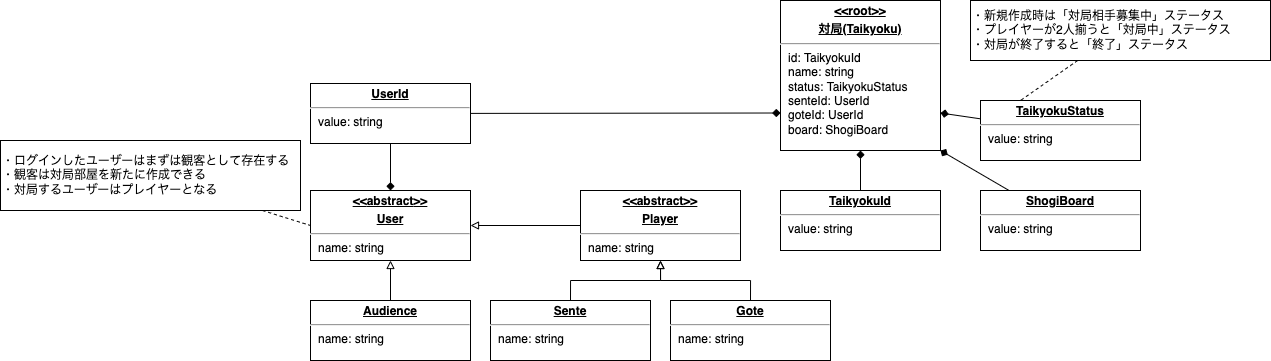
Earlier version of the draw.io export doc/ドメインモデル図.drawio.png (naohiro-kumagai/shogi). Source tidied: cells renumbered, new cells last; positions are measured from the earlier drawing's top-left corner, leaving out a move shared by most shapes.
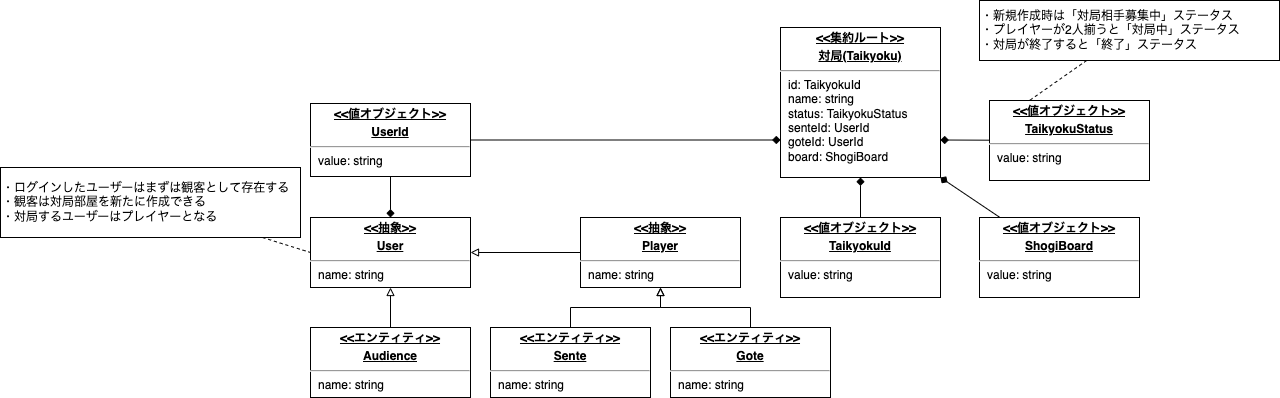
Later version of the same file.

Commit message:
ドメインモデル図追記

Change to the diagram source:
```diff
@@ -2,64 +2,64 @@
   <root>
     <mxCell id="0" />
     <mxCell id="1" parent="0" />
-    <mxCell id="2" value="&lt;p style=&quot;margin:0px;margin-top:4px;text-align:center;text-decoration:underline;&quot;&gt;&lt;b&gt;&amp;lt;&amp;lt;root&amp;gt;&amp;gt;&lt;/b&gt;&lt;/p&gt;&lt;p style=&quot;margin:0px;margin-top:4px;text-align:center;text-decoration:underline;&quot;&gt;&lt;b&gt;対局(Taikyoku)&lt;/b&gt;&lt;/p&gt;&lt;hr&gt;&lt;p style=&quot;margin:0px;margin-left:8px;&quot;&gt;id: TaikyokuId&lt;/p&gt;&lt;p style=&quot;margin:0px;margin-left:8px;&quot;&gt;name: string&lt;/p&gt;&lt;p style=&quot;margin:0px;margin-left:8px;&quot;&gt;status: TaikyokuStatus&lt;/p&gt;&lt;p style=&quot;margin:0px;margin-left:8px;&quot;&gt;senteId: UserId&lt;/p&gt;&lt;p style=&quot;margin:0px;margin-left:8px;&quot;&gt;goteId: UserId&lt;/p&gt;&lt;p style=&quot;margin:0px;margin-left:8px;&quot;&gt;board: ShogiBoard&lt;/p&gt;" style="verticalAlign=top;align=left;overflow=fill;fontSize=12;fontFamily=Helvetica;html=1;" parent="1" vertex="1">
+    <mxCell id="2" value="&lt;p style=&quot;margin:0px;margin-top:4px;text-align:center;text-decoration:underline;&quot;&gt;&lt;b&gt;&amp;lt;&amp;lt;集約ルート&amp;gt;&amp;gt;&lt;/b&gt;&lt;/p&gt;&lt;p style=&quot;margin:0px;margin-top:4px;text-align:center;text-decoration:underline;&quot;&gt;&lt;b&gt;対局(Taikyoku)&lt;/b&gt;&lt;/p&gt;&lt;hr&gt;&lt;p style=&quot;margin:0px;margin-left:8px;&quot;&gt;id: TaikyokuId&lt;/p&gt;&lt;p style=&quot;margin:0px;margin-left:8px;&quot;&gt;name: string&lt;/p&gt;&lt;p style=&quot;margin:0px;margin-left:8px;&quot;&gt;status: TaikyokuStatus&lt;/p&gt;&lt;p style=&quot;margin:0px;margin-left:8px;&quot;&gt;senteId: UserId&lt;/p&gt;&lt;p style=&quot;margin:0px;margin-left:8px;&quot;&gt;goteId: UserId&lt;/p&gt;&lt;p style=&quot;margin:0px;margin-left:8px;&quot;&gt;board: ShogiBoard&lt;/p&gt;" style="verticalAlign=top;align=left;overflow=fill;fontSize=12;fontFamily=Helvetica;html=1;" parent="1" vertex="1">
       <mxGeometry x="780" width="160" height="150" as="geometry" />
     </mxCell>
     <mxCell id="3" style="edgeStyle=none;html=1;entryX=0.5;entryY=1;entryDx=0;entryDy=0;endArrow=diamond;endFill=1;" parent="1" edge="1" source="4" target="2">
       <mxGeometry relative="1" as="geometry" />
     </mxCell>
-    <mxCell id="4" value="&lt;p style=&quot;margin:0px;margin-top:4px;text-align:center;text-decoration:underline;&quot;&gt;&lt;b&gt;TaikyokuId&lt;/b&gt;&lt;/p&gt;&lt;hr&gt;&lt;p style=&quot;margin:0px;margin-left:8px;&quot;&gt;value: string&lt;/p&gt;" style="verticalAlign=top;align=left;overflow=fill;fontSize=12;fontFamily=Helvetica;html=1;" parent="1" vertex="1">
-      <mxGeometry x="780" y="190" width="160" height="60" as="geometry" />
+    <mxCell id="4" value="&lt;p style=&quot;margin:0px;margin-top:4px;text-align:center;text-decoration:underline;&quot;&gt;&lt;b&gt;&amp;lt;&amp;lt;値オブジェクト&amp;gt;&amp;gt;&lt;/b&gt;&lt;/p&gt;&lt;p style=&quot;margin:0px;margin-top:4px;text-align:center;text-decoration:underline;&quot;&gt;&lt;b&gt;TaikyokuId&lt;/b&gt;&lt;/p&gt;&lt;hr&gt;&lt;p style=&quot;margin:0px;margin-left:8px;&quot;&gt;value: string&lt;/p&gt;" style="verticalAlign=top;align=left;overflow=fill;fontSize=12;fontFamily=Helvetica;html=1;" parent="1" vertex="1">
+      <mxGeometry x="780" y="190" width="160" height="80" as="geometry" />
     </mxCell>
     <mxCell id="5" style="edgeStyle=none;html=1;entryX=0.25;entryY=0;entryDx=0;entryDy=0;endArrow=none;endFill=0;dashed=1;" parent="1" edge="1" source="6" target="8">
       <mxGeometry relative="1" as="geometry" />
     </mxCell>
     <mxCell id="6" value="・新規作成時は「対局相手募集中」ステータス&lt;br&gt;・プレイヤーが2人揃うと「対局中」ステータス&lt;br&gt;・対局が終了すると「終了」ステータス" style="rounded=0;whiteSpace=wrap;html=1;align=left;" parent="1" vertex="1">
-      <mxGeometry x="970" width="300" height="60" as="geometry" />
+      <mxGeometry x="979" y="-27" width="300" height="60" as="geometry" />
     </mxCell>
     <mxCell id="7" style="edgeStyle=none;html=1;entryX=1;entryY=0.75;entryDx=0;entryDy=0;endArrow=diamond;endFill=1;" parent="1" edge="1" source="8" target="2">
       <mxGeometry relative="1" as="geometry" />
     </mxCell>
-    <mxCell id="8" value="&lt;p style=&quot;margin:0px;margin-top:4px;text-align:center;text-decoration:underline;&quot;&gt;&lt;b&gt;TaikyokuStatus&lt;/b&gt;&lt;/p&gt;&lt;hr&gt;&lt;p style=&quot;margin:0px;margin-left:8px;&quot;&gt;value: string&lt;/p&gt;" style="verticalAlign=top;align=left;overflow=fill;fontSize=12;fontFamily=Helvetica;html=1;" parent="1" vertex="1">
-      <mxGeometry x="980" y="100" width="160" height="60" as="geometry" />
+    <mxCell id="8" value="&lt;p style=&quot;margin:0px;margin-top:4px;text-align:center;text-decoration:underline;&quot;&gt;&lt;b&gt;&amp;lt;&amp;lt;値オブジェクト&amp;gt;&amp;gt;&lt;/b&gt;&lt;/p&gt;&lt;p style=&quot;margin:0px;margin-top:4px;text-align:center;text-decoration:underline;&quot;&gt;&lt;b&gt;TaikyokuStatus&lt;/b&gt;&lt;/p&gt;&lt;hr&gt;&lt;p style=&quot;margin:0px;margin-left:8px;&quot;&gt;value: string&lt;/p&gt;" style="verticalAlign=top;align=left;overflow=fill;fontSize=12;fontFamily=Helvetica;html=1;" parent="1" vertex="1">
+      <mxGeometry x="989" y="73" width="160" height="80" as="geometry" />
     </mxCell>
     <mxCell id="9" style="edgeStyle=none;html=1;entryX=1;entryY=0.5;entryDx=0;entryDy=0;endArrow=block;endFill=0;" parent="1" edge="1" source="10" target="14">
       <mxGeometry relative="1" as="geometry" />
     </mxCell>
-    <mxCell id="10" value="&lt;p style=&quot;margin:0px;margin-top:4px;text-align:center;text-decoration:underline;&quot;&gt;&lt;b&gt;&amp;lt;&amp;lt;abstract&amp;gt;&amp;gt;&lt;/b&gt;&lt;/p&gt;&lt;p style=&quot;margin:0px;margin-top:4px;text-align:center;text-decoration:underline;&quot;&gt;&lt;b&gt;Player&lt;/b&gt;&lt;/p&gt;&lt;hr&gt;&lt;p style=&quot;margin:0px;margin-left:8px;&quot;&gt;name: string&lt;/p&gt;" style="verticalAlign=top;align=left;overflow=fill;fontSize=12;fontFamily=Helvetica;html=1;" parent="1" vertex="1">
+    <mxCell id="10" value="&lt;p style=&quot;margin:0px;margin-top:4px;text-align:center;text-decoration:underline;&quot;&gt;&lt;b&gt;&amp;lt;&amp;lt;抽象&amp;gt;&amp;gt;&lt;/b&gt;&lt;/p&gt;&lt;p style=&quot;margin:0px;margin-top:4px;text-align:center;text-decoration:underline;&quot;&gt;&lt;b&gt;Player&lt;/b&gt;&lt;/p&gt;&lt;hr&gt;&lt;p style=&quot;margin:0px;margin-left:8px;&quot;&gt;name: string&lt;/p&gt;" style="verticalAlign=top;align=left;overflow=fill;fontSize=12;fontFamily=Helvetica;html=1;" parent="1" vertex="1">
       <mxGeometry x="580" y="190" width="160" height="70" as="geometry" />
     </mxCell>
     <mxCell id="11" style="edgeStyle=none;html=1;entryX=1;entryY=1;entryDx=0;entryDy=0;endArrow=diamond;endFill=1;" parent="1" edge="1" source="12" target="2">
       <mxGeometry relative="1" as="geometry" />
     </mxCell>
-    <mxCell id="12" value="&lt;p style=&quot;margin:0px;margin-top:4px;text-align:center;text-decoration:underline;&quot;&gt;&lt;b&gt;ShogiBoard&lt;/b&gt;&lt;/p&gt;&lt;hr&gt;&lt;p style=&quot;margin:0px;margin-left:8px;&quot;&gt;value: string&lt;/p&gt;" style="verticalAlign=top;align=left;overflow=fill;fontSize=12;fontFamily=Helvetica;html=1;" parent="1" vertex="1">
-      <mxGeometry x="980" y="190" width="160" height="60" as="geometry" />
+    <mxCell id="12" value="&lt;p style=&quot;margin:0px;margin-top:4px;text-align:center;text-decoration:underline;&quot;&gt;&lt;b&gt;&amp;lt;&amp;lt;値オブジェクト&amp;gt;&amp;gt;&lt;/b&gt;&lt;/p&gt;&lt;p style=&quot;margin:0px;margin-top:4px;text-align:center;text-decoration:underline;&quot;&gt;&lt;b&gt;ShogiBoard&lt;/b&gt;&lt;/p&gt;&lt;hr&gt;&lt;p style=&quot;margin:0px;margin-left:8px;&quot;&gt;value: string&lt;/p&gt;" style="verticalAlign=top;align=left;overflow=fill;fontSize=12;fontFamily=Helvetica;html=1;" parent="1" vertex="1">
+      <mxGeometry x="979" y="190" width="160" height="80" as="geometry" />
     </mxCell>
     <mxCell id="13" style="edgeStyle=none;html=1;entryX=0.5;entryY=1;entryDx=0;entryDy=0;endArrow=none;endFill=0;startArrow=diamond;startFill=1;" parent="1" edge="1" source="14" target="24">
       <mxGeometry relative="1" as="geometry" />
     </mxCell>
-    <mxCell id="14" value="&lt;p style=&quot;margin: 4px 0px 0px; text-align: center;&quot;&gt;&lt;b style=&quot;text-decoration-line: underline;&quot;&gt;&amp;lt;&amp;lt;&lt;/b&gt;&lt;b&gt;&lt;u&gt;abstract&lt;/u&gt;&lt;/b&gt;&lt;b style=&quot;text-decoration-line: underline;&quot;&gt;&amp;gt;&amp;gt;&lt;/b&gt;&lt;/p&gt;&lt;p style=&quot;margin:0px;margin-top:4px;text-align:center;text-decoration:underline;&quot;&gt;&lt;b&gt;User&lt;/b&gt;&lt;/p&gt;&lt;hr&gt;&lt;p style=&quot;margin:0px;margin-left:8px;&quot;&gt;name: string&lt;/p&gt;" style="verticalAlign=top;align=left;overflow=fill;fontSize=12;fontFamily=Helvetica;html=1;" parent="1" vertex="1">
+    <mxCell id="14" value="&lt;p style=&quot;margin: 4px 0px 0px; text-align: center;&quot;&gt;&lt;b style=&quot;text-decoration-line: underline;&quot;&gt;&amp;lt;&amp;lt;抽象&lt;/b&gt;&lt;b style=&quot;text-decoration-line: underline;&quot;&gt;&amp;gt;&amp;gt;&lt;/b&gt;&lt;/p&gt;&lt;p style=&quot;margin:0px;margin-top:4px;text-align:center;text-decoration:underline;&quot;&gt;&lt;b&gt;User&lt;/b&gt;&lt;/p&gt;&lt;hr&gt;&lt;p style=&quot;margin:0px;margin-left:8px;&quot;&gt;name: string&lt;/p&gt;" style="verticalAlign=top;align=left;overflow=fill;fontSize=12;fontFamily=Helvetica;html=1;" parent="1" vertex="1">
       <mxGeometry x="310" y="190" width="160" height="70" as="geometry" />
     </mxCell>
     <mxCell id="15" style="edgeStyle=orthogonalEdgeStyle;html=1;entryX=0.5;entryY=1;entryDx=0;entryDy=0;endArrow=block;endFill=0;rounded=0;exitX=0.5;exitY=0;exitDx=0;exitDy=0;" parent="1" edge="1" source="16" target="10">
       <mxGeometry relative="1" as="geometry" />
     </mxCell>
-    <mxCell id="16" value="&lt;p style=&quot;margin:0px;margin-top:4px;text-align:center;text-decoration:underline;&quot;&gt;&lt;b&gt;Sente&lt;/b&gt;&lt;/p&gt;&lt;hr&gt;&lt;p style=&quot;margin:0px;margin-left:8px;&quot;&gt;name: string&lt;/p&gt;" style="verticalAlign=top;align=left;overflow=fill;fontSize=12;fontFamily=Helvetica;html=1;" parent="1" vertex="1">
-      <mxGeometry x="490" y="300" width="160" height="60" as="geometry" />
+    <mxCell id="16" value="&lt;p style=&quot;margin:0px;margin-top:4px;text-align:center;text-decoration:underline;&quot;&gt;&lt;b&gt;&amp;lt;&amp;lt;エンティティ&amp;gt;&amp;gt;&lt;/b&gt;&lt;/p&gt;&lt;p style=&quot;margin:0px;margin-top:4px;text-align:center;text-decoration:underline;&quot;&gt;&lt;b&gt;Sente&lt;/b&gt;&lt;/p&gt;&lt;hr&gt;&lt;p style=&quot;margin:0px;margin-left:8px;&quot;&gt;name: string&lt;/p&gt;" style="verticalAlign=top;align=left;overflow=fill;fontSize=12;fontFamily=Helvetica;html=1;" parent="1" vertex="1">
+      <mxGeometry x="490" y="300" width="160" height="70" as="geometry" />
     </mxCell>
     <mxCell id="17" style="edgeStyle=orthogonalEdgeStyle;html=1;endArrow=block;endFill=0;rounded=0;exitX=0.5;exitY=0;exitDx=0;exitDy=0;" parent="1" edge="1" source="18">
       <mxGeometry relative="1" as="geometry">
         <mxPoint x="660" y="260" as="targetPoint" />
       </mxGeometry>
     </mxCell>
-    <mxCell id="18" value="&lt;p style=&quot;margin:0px;margin-top:4px;text-align:center;text-decoration:underline;&quot;&gt;&lt;b&gt;Gote&lt;/b&gt;&lt;/p&gt;&lt;hr&gt;&lt;p style=&quot;margin:0px;margin-left:8px;&quot;&gt;name: string&lt;/p&gt;" style="verticalAlign=top;align=left;overflow=fill;fontSize=12;fontFamily=Helvetica;html=1;" parent="1" vertex="1">
-      <mxGeometry x="670" y="300" width="160" height="60" as="geometry" />
+    <mxCell id="18" value="&lt;p style=&quot;margin:0px;margin-top:4px;text-align:center;text-decoration:underline;&quot;&gt;&lt;b&gt;&amp;lt;&amp;lt;エンティティ&lt;/b&gt;&lt;b style=&quot;background-color: initial;&quot;&gt;&amp;gt;&amp;gt;&lt;/b&gt;&lt;/p&gt;&lt;p style=&quot;margin:0px;margin-top:4px;text-align:center;text-decoration:underline;&quot;&gt;&lt;b&gt;Gote&lt;/b&gt;&lt;/p&gt;&lt;hr&gt;&lt;p style=&quot;margin:0px;margin-left:8px;&quot;&gt;name: string&lt;/p&gt;" style="verticalAlign=top;align=left;overflow=fill;fontSize=12;fontFamily=Helvetica;html=1;" parent="1" vertex="1">
+      <mxGeometry x="670" y="300" width="160" height="70" as="geometry" />
     </mxCell>
     <mxCell id="19" style="edgeStyle=none;html=1;entryX=0.5;entryY=1;entryDx=0;entryDy=0;endArrow=block;endFill=0;" parent="1" edge="1" source="20" target="14">
       <mxGeometry relative="1" as="geometry" />
     </mxCell>
-    <mxCell id="20" value="&lt;p style=&quot;margin:0px;margin-top:4px;text-align:center;text-decoration:underline;&quot;&gt;&lt;b&gt;Audience&lt;/b&gt;&lt;/p&gt;&lt;hr&gt;&lt;p style=&quot;margin:0px;margin-left:8px;&quot;&gt;name: string&lt;/p&gt;" style="verticalAlign=top;align=left;overflow=fill;fontSize=12;fontFamily=Helvetica;html=1;" parent="1" vertex="1">
-      <mxGeometry x="310" y="300" width="160" height="60" as="geometry" />
+    <mxCell id="20" value="&lt;p style=&quot;margin:0px;margin-top:4px;text-align:center;text-decoration:underline;&quot;&gt;&lt;b&gt;&amp;lt;&amp;lt;エンティティ&amp;gt;&amp;gt;&lt;/b&gt;&lt;/p&gt;&lt;p style=&quot;margin:0px;margin-top:4px;text-align:center;text-decoration:underline;&quot;&gt;&lt;b&gt;Audience&lt;/b&gt;&lt;/p&gt;&lt;hr&gt;&lt;p style=&quot;margin:0px;margin-left:8px;&quot;&gt;name: string&lt;/p&gt;" style="verticalAlign=top;align=left;overflow=fill;fontSize=12;fontFamily=Helvetica;html=1;" parent="1" vertex="1">
+      <mxGeometry x="310" y="300" width="160" height="70" as="geometry" />
     </mxCell>
     <mxCell id="21" style="rounded=0;html=1;entryX=0;entryY=0.5;entryDx=0;entryDy=0;endArrow=none;endFill=0;dashed=1;" parent="1" edge="1" source="22" target="14">
       <mxGeometry relative="1" as="geometry" />
@@ -70,8 +70,8 @@
     <mxCell id="23" style="edgeStyle=none;html=1;entryX=0;entryY=0.75;entryDx=0;entryDy=0;startArrow=none;startFill=0;endArrow=diamond;endFill=1;" parent="1" edge="1" source="24" target="2">
       <mxGeometry relative="1" as="geometry" />
     </mxCell>
-    <mxCell id="24" value="&lt;p style=&quot;margin:0px;margin-top:4px;text-align:center;text-decoration:underline;&quot;&gt;&lt;b&gt;UserId&lt;/b&gt;&lt;/p&gt;&lt;hr&gt;&lt;p style=&quot;margin:0px;margin-left:8px;&quot;&gt;value: string&lt;/p&gt;" style="verticalAlign=top;align=left;overflow=fill;fontSize=12;fontFamily=Helvetica;html=1;" parent="1" vertex="1">
-      <mxGeometry x="310" y="83" width="160" height="60" as="geometry" />
+    <mxCell id="24" value="&lt;p style=&quot;margin:0px;margin-top:4px;text-align:center;text-decoration:underline;&quot;&gt;&lt;b&gt;&amp;lt;&amp;lt;値オブジェクト&amp;gt;&amp;gt;&lt;/b&gt;&lt;/p&gt;&lt;p style=&quot;margin:0px;margin-top:4px;text-align:center;text-decoration:underline;&quot;&gt;&lt;b&gt;UserId&lt;/b&gt;&lt;/p&gt;&lt;hr&gt;&lt;p style=&quot;margin:0px;margin-left:8px;&quot;&gt;value: string&lt;/p&gt;" style="verticalAlign=top;align=left;overflow=fill;fontSize=12;fontFamily=Helvetica;html=1;" parent="1" vertex="1">
+      <mxGeometry x="310" y="76" width="160" height="73" as="geometry" />
     </mxCell>
   </root>
 </mxGraphModel>
```
